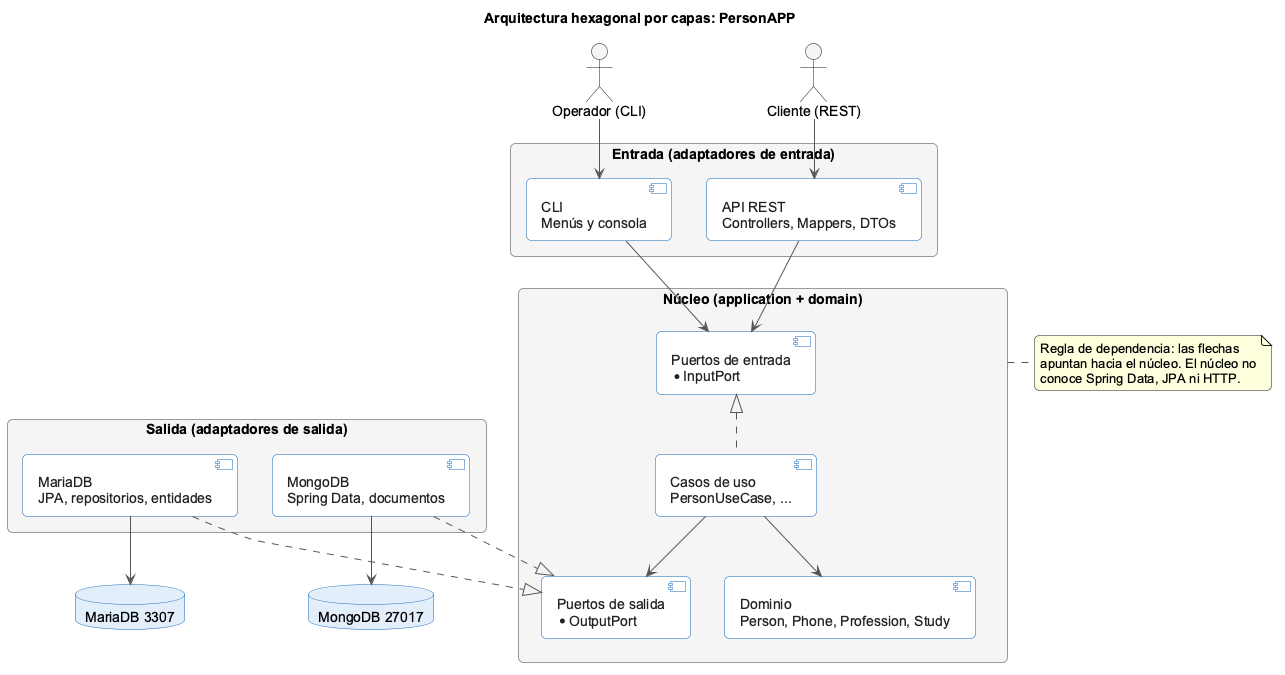
Above: docs/diagramas/08_arquitectura_capas.png in andres-karoll/personapp-hexa-spring-boot (PlantUML), before the change. Source of this version:
```plantuml
@startuml 08_arquitectura_capas
title Arquitectura hexagonal por capas: PersonAPP

skinparam defaultFontName Arial
skinparam shadowing false
skinparam roundCorner 10
skinparam packageStyle rectangle
skinparam package {
  BorderColor #999999
  BackgroundColor #F5F5F5
  FontColor #333333
  FontStyle bold
}
skinparam component {
  BackgroundColor #FFFFFF
  BorderColor #1168BD
  FontColor #222222
}
skinparam database {
  BackgroundColor #E3EEFB
  BorderColor #1168BD
}
skinparam ArrowColor #555555

actor "Operador (CLI)" as cli
actor "Cliente (REST)" as rest

package "Entrada (adaptadores de entrada)" as entrada {
  component "API REST\nControllers, Mappers, DTOs" as api
  component "CLI\nMenús y consola" as consola
}

package "Núcleo (application + domain)" as nucleo {
  component "Puertos de entrada\n*InputPort" as pin
  component "Casos de uso\nPersonUseCase, ..." as uc
  component "Puertos de salida\n*OutputPort" as pout
  component "Dominio\nPerson, Phone, Profession, Study" as dom
}

package "Salida (adaptadores de salida)" as salida {
  component "MariaDB\nJPA, repositorios, entidades" as maria
  component "MongoDB\nSpring Data, documentos" as mongoA
}

database "MariaDB 3307" as dbm
database "MongoDB 27017" as dbmo

cli --> consola
rest --> api
api --> pin
consola --> pin
pin <|.. uc
uc --> pout
uc --> dom
maria ..|> pout
mongoA ..|> pout
maria --> dbm
mongoA --> dbmo

note right of nucleo
  Regla de dependencia: las flechas
  apuntan hacia el núcleo. El núcleo no
  conoce Spring Data, JPA ni HTTP.
end note
@enduml
```
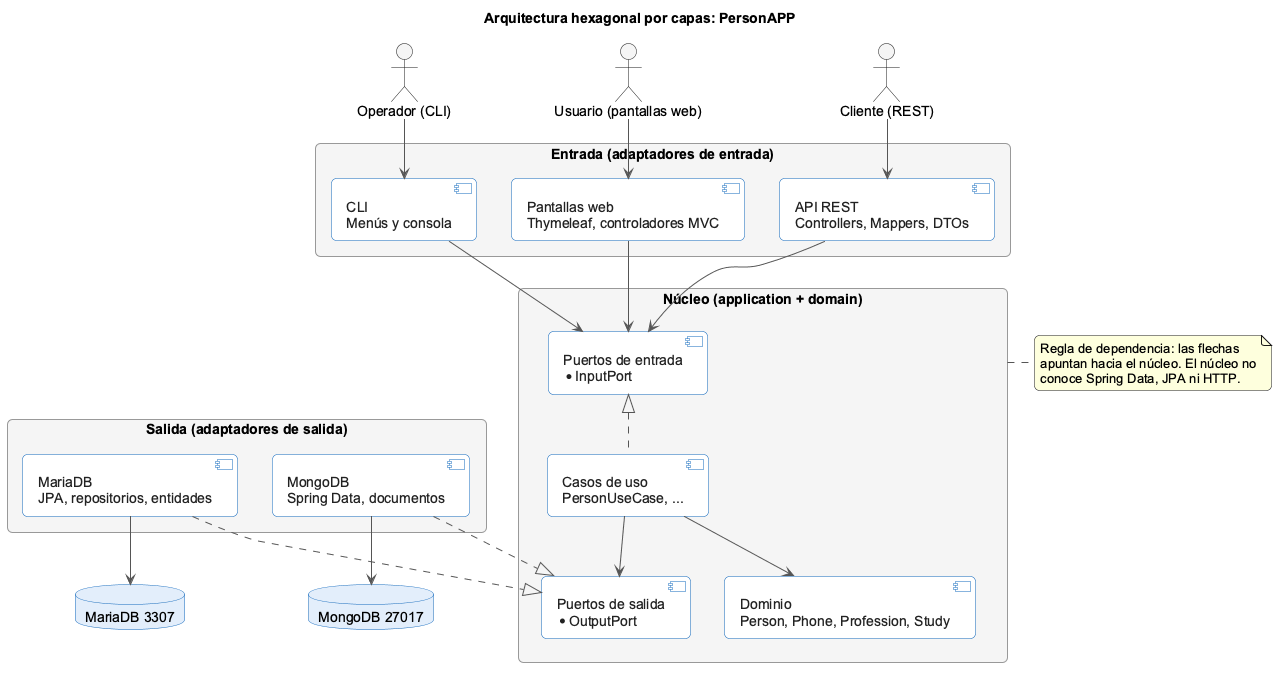
The same diagram one commit later.

The edit, as a diff of the source:
```diff
@@ -23,10 +23,12 @@
 skinparam ArrowColor #555555
 
 actor "Operador (CLI)" as cli
+actor "Usuario (pantallas web)" as web
 actor "Cliente (REST)" as rest
 
 package "Entrada (adaptadores de entrada)" as entrada {
   component "API REST\nControllers, Mappers, DTOs" as api
+  component "Pantallas web\nThymeleaf, controladores MVC" as pweb
   component "CLI\nMenús y consola" as consola
 }
 
@@ -47,6 +49,8 @@
 
 cli --> consola
 rest --> api
+web --> pweb
+pweb --> pin
 api --> pin
 consola --> pin
 pin <|.. uc
```
